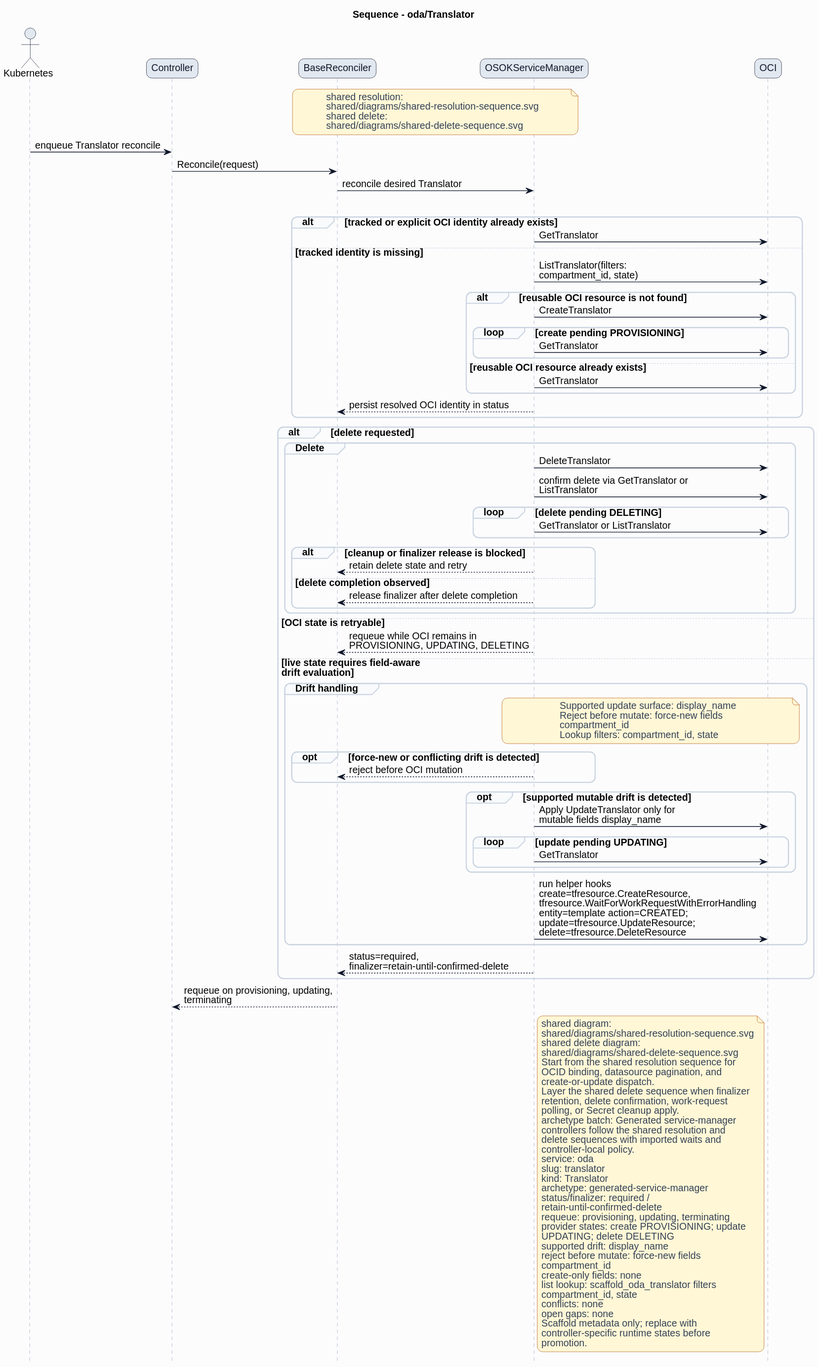
HaoyL666/oci-service-operator keeps this PlantUML diagram as formal/controllers/oda/translator/diagrams/sequence.svg. Above is the earlier version.
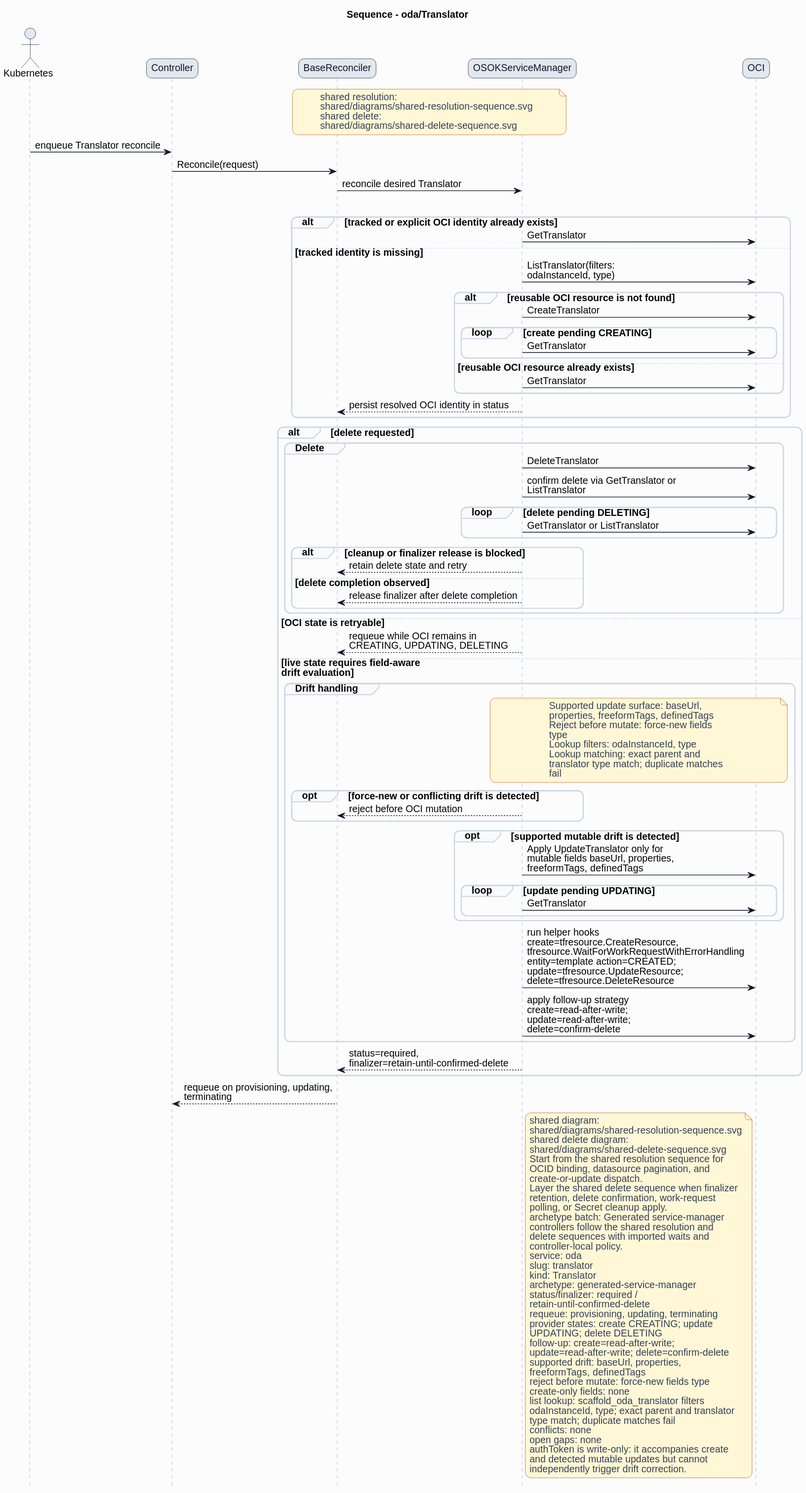
The same diagram one commit later.

The edit, as a diff of the source:
```diff
@@ -38,10 +38,10 @@
 alt tracked or explicit OCI identity already exists
 ServiceManager -> OCI: GetTranslator
 else tracked identity is missing
-ServiceManager -> OCI: ListTranslator(filters:\ncompartment_id, state)
+ServiceManager -> OCI: ListTranslator(filters:\nodaInstanceId, type)
 alt reusable OCI resource is not found
 ServiceManager -> OCI: CreateTranslator
-loop create pending PROVISIONING
+loop create pending CREATING
 ServiceManager -> OCI: GetTranslator
 end
 else reusable OCI resource already exists
@@ -63,25 +63,30 @@
 end
 end
 else OCI state is retryable
-ServiceManager --> BaseReconciler: requeue while OCI remains in\nPROVISIONING, UPDATING, DELETING
+ServiceManager --> BaseReconciler: requeue while OCI remains in\nCREATING, UPDATING, DELETING
 else live state requires field-aware\ndrift evaluation
 group Drift handling
 note over ServiceManager,OCI
-Supported update surface: display_name
+Supported update surface: baseUrl,
+properties, freeformTags, definedTags
 Reject before mutate: force-new fields
-compartment_id
-Lookup filters: compartment_id, state
+type
+Lookup filters: odaInstanceId, type
+Lookup matching: exact parent and
+translator type match; duplicate matches
+fail
 end note
 opt force-new or conflicting drift is detected
 ServiceManager --> BaseReconciler: reject before OCI mutation
 end
 opt supported mutable drift is detected
-ServiceManager -> OCI: Apply UpdateTranslator only for\nmutable fields display_name
+ServiceManager -> OCI: Apply UpdateTranslator only for\nmutable fields baseUrl, properties,\nfreeformTags, definedTags
 loop update pending UPDATING
 ServiceManager -> OCI: GetTranslator
 end
 end
 ServiceManager -> OCI: run helper hooks\ncreate=tfresource.CreateResource,\ntfresource.WaitForWorkRequestWithErrorHandling\nentity=template action=CREATED;\nupdate=tfresource.UpdateResource;\ndelete=tfresource.DeleteResource
+ServiceManager -> OCI: apply follow-up strategy\ncreate=read-after-write;\nupdate=read-after-write;\ndelete=confirm-delete
 end
 ServiceManager --> BaseReconciler: status=required,\nfinalizer=retain-until-confirmed-delete
 end
@@ -108,18 +113,21 @@
 status/finalizer: required /
 retain-until-confirmed-delete
 requeue: provisioning, updating, terminating
-provider states: create PROVISIONING; update
+provider states: create CREATING; update
 UPDATING; delete DELETING
-supported drift: display_name
-reject before mutate: force-new fields
-compartment_id
+follow-up: create=read-after-write;
+update=read-after-write; delete=confirm-delete
+supported drift: baseUrl, properties,
+freeformTags, definedTags
+reject before mutate: force-new fields type
 create-only fields: none
 list lookup: scaffold_oda_translator filters
-compartment_id, state
+odaInstanceId, type; exact parent and translator
+type match; duplicate matches fail
 conflicts: none
 open gaps: none
-Scaffold metadata only; replace with
-controller-specific runtime states before
-promotion.
+authToken is write-only: it accompanies create
+and detected mutable updates but cannot
+independently trigger drift correction.
 end note
 @enduml
```
